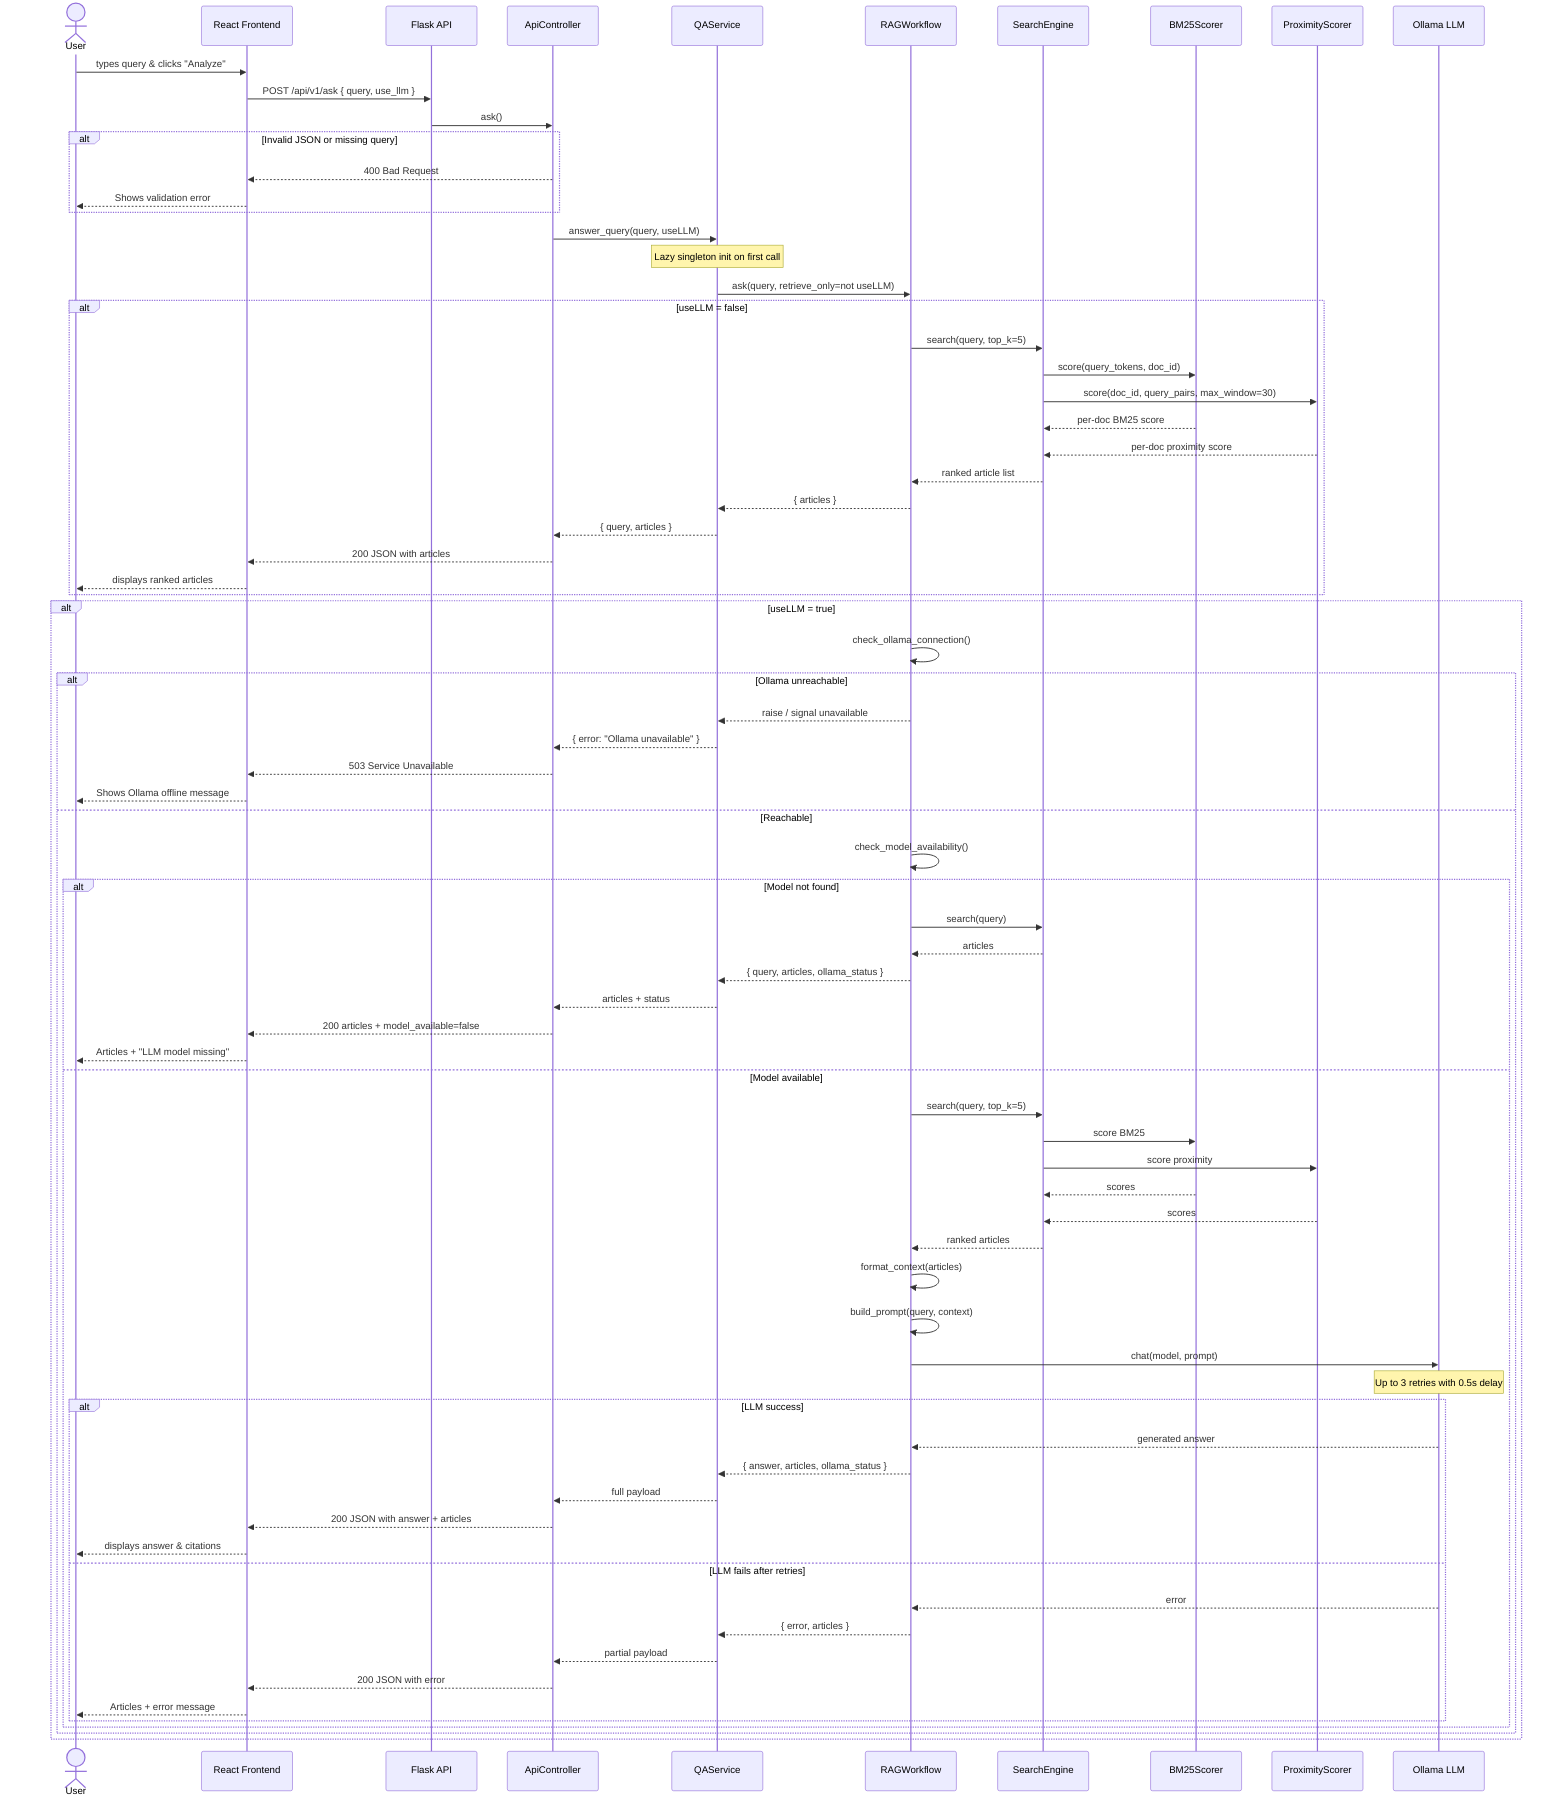
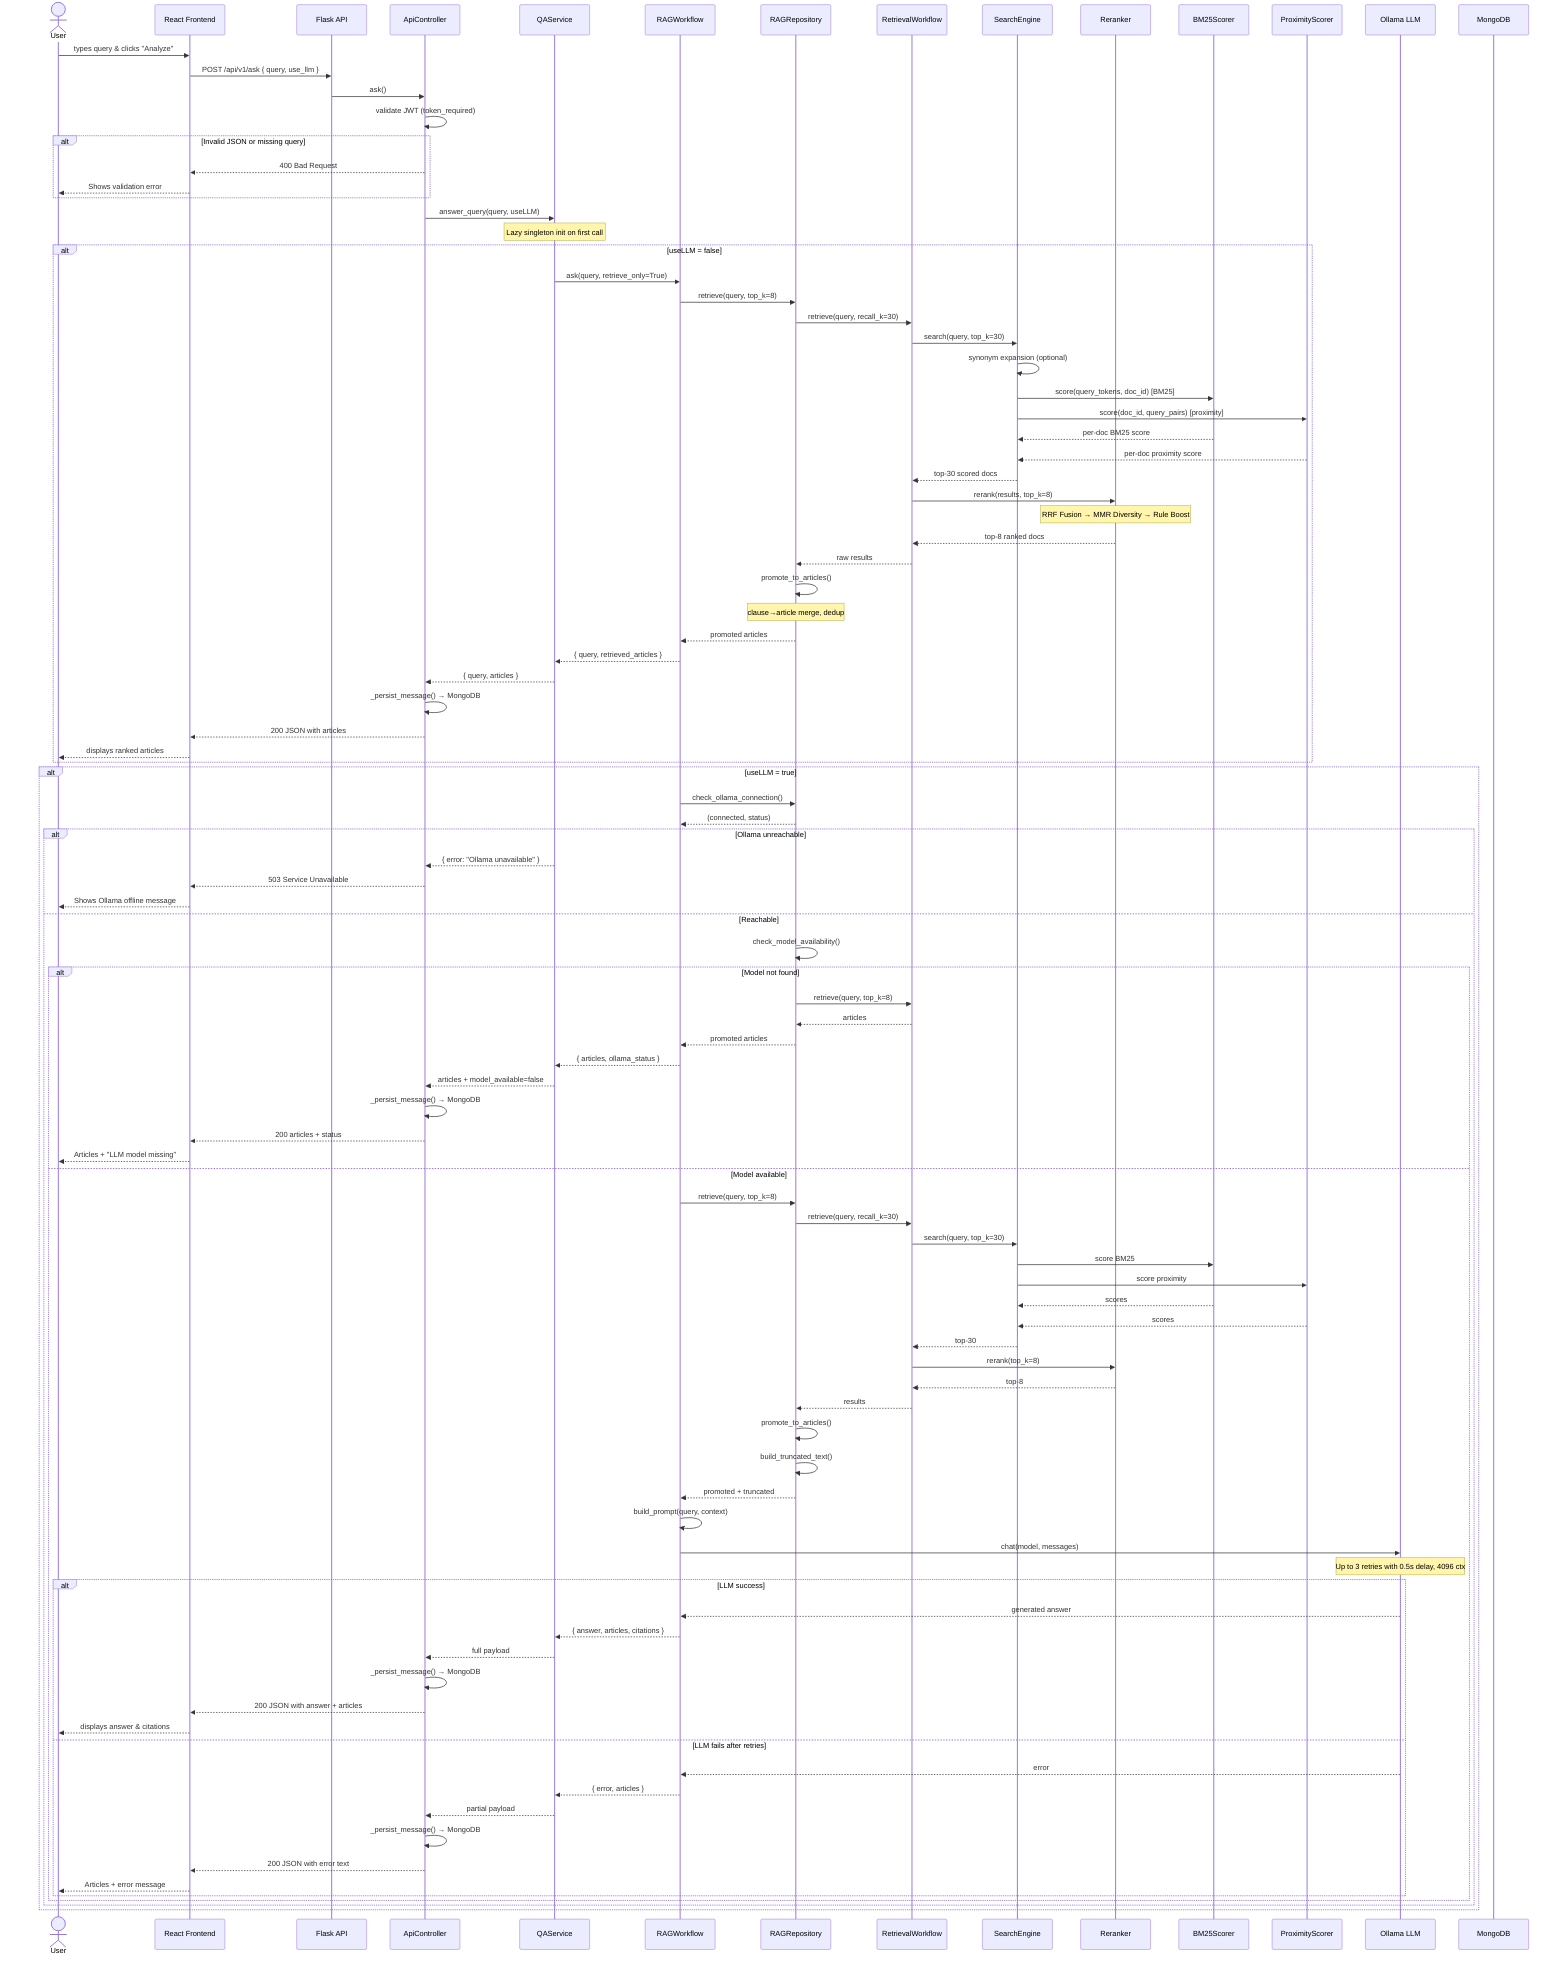
sequenceDiagram
    actor U as User
    participant FE as React Frontend
    participant API as Flask API
    participant CTRL as ApiController
    participant QAS as QAService
    participant RAG as RAGWorkflow
+     participant REPO as RAGRepository
+     participant RV as RetrievalWorkflow
    participant SE as SearchEngine
+     participant RK as Reranker
    participant BM as BM25Scorer
    participant PS as ProximityScorer
    participant LLM as Ollama LLM
+     participant DB as MongoDB

    U->>FE: types query & clicks "Analyze"
    FE->>API: POST /api/v1/ask { query, use_llm }
    API->>CTRL: ask()
+     CTRL->>CTRL: validate JWT (token_required)

    alt Invalid JSON or missing query
        CTRL-->>FE: 400 Bad Request
        FE-->>U: Shows validation error
    end

    CTRL->>QAS: answer_query(query, useLLM)
    Note over QAS: Lazy singleton init on first call
-     QAS->>RAG: ask(query, retrieve_only=not useLLM)

    alt useLLM = false
-         RAG->>SE: search(query, top_k=5)
-         SE->>BM: score(query_tokens, doc_id)
-         SE->>PS: score(doc_id, query_pairs, max_window=30)
+         QAS->>RAG: ask(query, retrieve_only=True)
+         RAG->>REPO: retrieve(query, top_k=8)
+         REPO->>RV: retrieve(query, recall_k=30)
+         RV->>SE: search(query, top_k=30)
+         SE->>SE: synonym expansion (optional)
+         SE->>BM: score(query_tokens, doc_id) [BM25]
+         SE->>PS: score(doc_id, query_pairs) [proximity]
        BM-->>SE: per-doc BM25 score
        PS-->>SE: per-doc proximity score
-         SE-->>RAG: ranked article list
-         RAG-->>QAS: { articles }
+         SE-->>RV: top-30 scored docs
+         RV->>RK: rerank(results, top_k=8)
+         Note over RK: RRF Fusion → MMR Diversity → Rule Boost
+         RK-->>RV: top-8 ranked docs
+         RV-->>REPO: raw results
+         REPO->>REPO: promote_to_articles()
+         Note over REPO: clause→article merge, dedup
+         REPO-->>RAG: promoted articles
+         RAG-->>QAS: { query, retrieved_articles }
        QAS-->>CTRL: { query, articles }
+         CTRL->>CTRL: _persist_message() → MongoDB
        CTRL-->>FE: 200 JSON with articles
        FE-->>U: displays ranked articles
    end

    alt useLLM = true
-         RAG->>RAG: check_ollama_connection()
+         RAG->>REPO: check_ollama_connection()
+         REPO-->>RAG: (connected, status)

        alt Ollama unreachable
-             RAG-->>QAS: raise / signal unavailable
            QAS-->>CTRL: { error: "Ollama unavailable" }
            CTRL-->>FE: 503 Service Unavailable
            FE-->>U: Shows Ollama offline message
        else Reachable
-             RAG->>RAG: check_model_availability()
+             REPO->>REPO: check_model_availability()

            alt Model not found
-                 RAG->>SE: search(query)
-                 SE-->>RAG: articles
-                 RAG-->>QAS: { query, articles, ollama_status }
-                 QAS-->>CTRL: articles + status
-                 CTRL-->>FE: 200 articles + model_available=false
+                 REPO->>RV: retrieve(query, top_k=8)
+                 RV-->>REPO: articles
+                 REPO-->>RAG: promoted articles
+                 RAG-->>QAS: { articles, ollama_status }
+                 QAS-->>CTRL: articles + model_available=false
+                 CTRL->>CTRL: _persist_message() → MongoDB
+                 CTRL-->>FE: 200 articles + status
                FE-->>U: Articles + "LLM model missing"
            else Model available
-                 RAG->>SE: search(query, top_k=5)
+                 RAG->>REPO: retrieve(query, top_k=8)
+                 REPO->>RV: retrieve(query, recall_k=30)
+                 RV->>SE: search(query, top_k=30)
                SE->>BM: score BM25
                SE->>PS: score proximity
                BM-->>SE: scores
                PS-->>SE: scores
-                 SE-->>RAG: ranked articles
-                 RAG->>RAG: format_context(articles)
+                 SE-->>RV: top-30
+                 RV->>RK: rerank(top_k=8)
+                 RK-->>RV: top-8
+                 RV-->>REPO: results
+                 REPO->>REPO: promote_to_articles()
+                 REPO->>REPO: build_truncated_text()
+                 REPO-->>RAG: promoted + truncated
                RAG->>RAG: build_prompt(query, context)
-                 RAG->>LLM: chat(model, prompt)
-                 Note over LLM: Up to 3 retries with 0.5s delay
+                 RAG->>LLM: chat(model, messages)
+                 Note over LLM: Up to 3 retries with 0.5s delay, 4096 ctx

                alt LLM success
                    LLM-->>RAG: generated answer
-                     RAG-->>QAS: { answer, articles, ollama_status }
+                     RAG-->>QAS: { answer, articles, citations }
                    QAS-->>CTRL: full payload
+                     CTRL->>CTRL: _persist_message() → MongoDB
                    CTRL-->>FE: 200 JSON with answer + articles
                    FE-->>U: displays answer & citations
                else LLM fails after retries
                    LLM-->>RAG: error
                    RAG-->>QAS: { error, articles }
                    QAS-->>CTRL: partial payload
-                     CTRL-->>FE: 200 JSON with error
+                     CTRL->>CTRL: _persist_message() → MongoDB
+                     CTRL-->>FE: 200 JSON with error text
                    FE-->>U: Articles + error message
                end
            end
        end
    end
